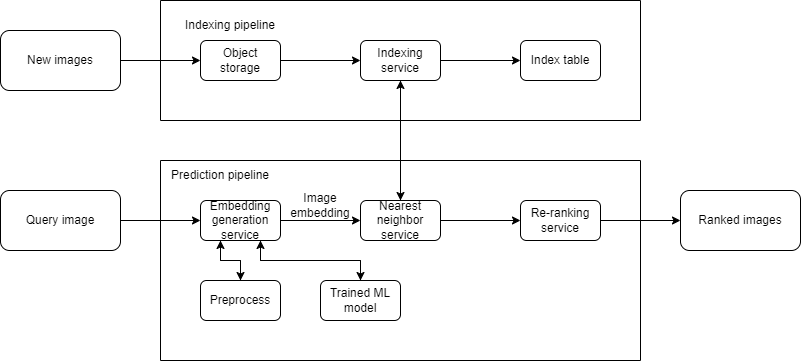
Above: machine-learning/image/machine-learning-system-design-1/visual-search-system-1.png in riehseun/riehseun.github.io (draw.io), before the change. Source tidied: cells renumbered, new cells last; positions are measured from the earlier drawing's top-left corner, leaving out a move shared by most shapes. Its diagram source:
```xml
<mxGraphModel>
  <root>
    <mxCell id="0" />
    <mxCell id="1" parent="0" />
    <mxCell id="2" style="swimlane;startSize=0;" parent="1" vertex="1">
      <mxGeometry x="160" width="480" height="120" as="geometry" />
    </mxCell>
    <mxCell id="3" value="Index table" style="rounded=1;whiteSpace=wrap;html=1;" parent="2" vertex="1">
      <mxGeometry x="360" y="40" width="80" height="40" as="geometry" />
    </mxCell>
    <mxCell id="4" style="edgeStyle=orthogonalEdgeStyle;rounded=0;jettySize=auto;html=1;exitX=1;exitY=0.5;exitDx=0;exitDy=0;entryX=0;entryY=0.5;entryDx=0;entryDy=0;" parent="2" edge="1" source="5" target="7">
      <mxGeometry relative="1" as="geometry" />
    </mxCell>
    <mxCell id="5" value="Object storage" style="rounded=1;whiteSpace=wrap;html=1;" parent="2" vertex="1">
      <mxGeometry x="40" y="40" width="80" height="40" as="geometry" />
    </mxCell>
    <mxCell id="6" style="edgeStyle=orthogonalEdgeStyle;rounded=0;jettySize=auto;html=1;exitX=1;exitY=0.5;exitDx=0;exitDy=0;entryX=0;entryY=0.5;entryDx=0;entryDy=0;" parent="2" edge="1" source="7" target="3">
      <mxGeometry relative="1" as="geometry" />
    </mxCell>
    <mxCell id="7" value="Indexing service" style="rounded=1;whiteSpace=wrap;html=1;" parent="2" vertex="1">
      <mxGeometry x="200" y="40" width="80" height="40" as="geometry" />
    </mxCell>
    <mxCell id="8" style="swimlane;startSize=0;" parent="1" vertex="1">
      <mxGeometry x="160" y="160" width="480" height="200" as="geometry" />
    </mxCell>
    <mxCell id="9" style="edgeStyle=orthogonalEdgeStyle;rounded=0;jettySize=auto;html=1;exitX=1;exitY=0.5;exitDx=0;exitDy=0;entryX=0;entryY=0.5;entryDx=0;entryDy=0;" parent="8" edge="1" source="12" target="14">
      <mxGeometry relative="1" as="geometry" />
    </mxCell>
    <mxCell id="10" style="edgeStyle=orthogonalEdgeStyle;rounded=0;jettySize=auto;html=1;exitX=0.25;exitY=1;exitDx=0;exitDy=0;entryX=0.5;entryY=0;entryDx=0;entryDy=0;" parent="8" edge="1" source="12" target="17">
      <mxGeometry relative="1" as="geometry" />
    </mxCell>
    <mxCell id="11" style="edgeStyle=orthogonalEdgeStyle;rounded=0;jettySize=auto;html=1;exitX=0.75;exitY=1;exitDx=0;exitDy=0;entryX=0.5;entryY=0;entryDx=0;entryDy=0;" parent="8" edge="1" source="12" target="19">
      <mxGeometry relative="1" as="geometry" />
    </mxCell>
    <mxCell id="12" value="Embedding generation service" style="rounded=1;whiteSpace=wrap;html=1;" parent="8" vertex="1">
      <mxGeometry x="40" y="40" width="80" height="40" as="geometry" />
    </mxCell>
    <mxCell id="13" style="edgeStyle=orthogonalEdgeStyle;rounded=0;jettySize=auto;html=1;exitX=1;exitY=0.5;exitDx=0;exitDy=0;entryX=0;entryY=0.5;entryDx=0;entryDy=0;" parent="8" edge="1" source="14" target="15">
      <mxGeometry relative="1" as="geometry" />
    </mxCell>
    <mxCell id="14" value="Nearest neighbor service" style="rounded=1;whiteSpace=wrap;html=1;" parent="8" vertex="1">
      <mxGeometry x="200" y="40" width="80" height="40" as="geometry" />
    </mxCell>
    <mxCell id="15" value="Re-ranking service" style="rounded=1;whiteSpace=wrap;html=1;" parent="8" vertex="1">
      <mxGeometry x="360" y="40" width="80" height="40" as="geometry" />
    </mxCell>
    <mxCell id="16" style="edgeStyle=orthogonalEdgeStyle;rounded=0;jettySize=auto;html=1;exitX=0.5;exitY=0;exitDx=0;exitDy=0;entryX=0.25;entryY=1;entryDx=0;entryDy=0;" parent="8" edge="1" source="17" target="12">
      <mxGeometry relative="1" as="geometry" />
    </mxCell>
    <mxCell id="17" value="Preprocess" style="rounded=1;whiteSpace=wrap;html=1;" parent="8" vertex="1">
      <mxGeometry x="40" y="120" width="80" height="40" as="geometry" />
    </mxCell>
    <mxCell id="18" style="edgeStyle=orthogonalEdgeStyle;rounded=0;jettySize=auto;html=1;exitX=0.5;exitY=0;exitDx=0;exitDy=0;entryX=0.75;entryY=1;entryDx=0;entryDy=0;" parent="8" edge="1" source="19" target="12">
      <mxGeometry relative="1" as="geometry" />
    </mxCell>
    <mxCell id="19" value="Trained ML model" style="rounded=1;whiteSpace=wrap;html=1;" parent="8" vertex="1">
      <mxGeometry x="160" y="120" width="80" height="40" as="geometry" />
    </mxCell>
    <mxCell id="20" value="Prediction pipeline" style="text;html=1;strokeColor=none;fillColor=none;align=center;verticalAlign=middle;whiteSpace=wrap;rounded=0;" parent="8" vertex="1">
      <mxGeometry width="120" height="30" as="geometry" />
    </mxCell>
    <mxCell id="21" value="Image embedding" style="text;html=1;strokeColor=none;fillColor=none;align=center;verticalAlign=middle;whiteSpace=wrap;rounded=0;" parent="8" vertex="1">
      <mxGeometry x="120" y="30" width="80" height="30" as="geometry" />
    </mxCell>
    <mxCell id="22" style="edgeStyle=orthogonalEdgeStyle;rounded=0;jettySize=auto;html=1;exitX=0.5;exitY=1;exitDx=0;exitDy=0;entryX=0.5;entryY=0;entryDx=0;entryDy=0;" parent="1" edge="1" source="7" target="14">
      <mxGeometry relative="1" as="geometry" />
    </mxCell>
    <mxCell id="23" style="edgeStyle=orthogonalEdgeStyle;rounded=0;jettySize=auto;html=1;exitX=0.5;exitY=0;exitDx=0;exitDy=0;entryX=0.5;entryY=1;entryDx=0;entryDy=0;" parent="1" edge="1" source="14" target="7">
      <mxGeometry relative="1" as="geometry" />
    </mxCell>
    <mxCell id="24" value="Indexing pipeline" style="text;html=1;strokeColor=none;fillColor=none;align=center;verticalAlign=middle;whiteSpace=wrap;rounded=0;" parent="1" vertex="1">
      <mxGeometry x="170" y="10" width="120" height="30" as="geometry" />
    </mxCell>
    <mxCell id="25" style="edgeStyle=orthogonalEdgeStyle;rounded=0;jettySize=auto;html=1;exitX=1;exitY=0.5;exitDx=0;exitDy=0;entryX=0;entryY=0.5;entryDx=0;entryDy=0;" parent="1" edge="1" source="26" target="5">
      <mxGeometry relative="1" as="geometry" />
    </mxCell>
    <mxCell id="26" value="New images" style="rounded=1;whiteSpace=wrap;html=1;" parent="1" vertex="1">
      <mxGeometry y="30" width="120" height="60" as="geometry" />
    </mxCell>
    <mxCell id="27" style="edgeStyle=orthogonalEdgeStyle;rounded=0;jettySize=auto;html=1;exitX=1;exitY=0.5;exitDx=0;exitDy=0;entryX=0;entryY=0.5;entryDx=0;entryDy=0;" parent="1" edge="1" source="28" target="12">
      <mxGeometry relative="1" as="geometry" />
    </mxCell>
    <mxCell id="28" value="Query image" style="rounded=1;whiteSpace=wrap;html=1;" parent="1" vertex="1">
      <mxGeometry y="190" width="120" height="60" as="geometry" />
    </mxCell>
    <mxCell id="29" value="Ranked images" style="rounded=1;whiteSpace=wrap;html=1;" parent="1" vertex="1">
      <mxGeometry x="680" y="190" width="120" height="60" as="geometry" />
    </mxCell>
    <mxCell id="30" style="edgeStyle=orthogonalEdgeStyle;rounded=0;jettySize=auto;html=1;exitX=1;exitY=0.5;exitDx=0;exitDy=0;entryX=0;entryY=0.5;entryDx=0;entryDy=0;" parent="1" edge="1" source="15" target="29">
      <mxGeometry relative="1" as="geometry" />
    </mxCell>
  </root>
</mxGraphModel>
```
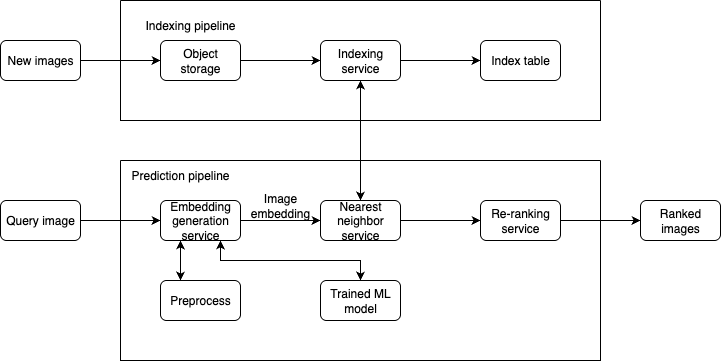
Later version of the same file.

The edit, as a diff of the source:
```diff
@@ -26,12 +26,12 @@
     <mxCell id="9" style="edgeStyle=orthogonalEdgeStyle;rounded=0;jettySize=auto;html=1;exitX=1;exitY=0.5;exitDx=0;exitDy=0;entryX=0;entryY=0.5;entryDx=0;entryDy=0;" parent="8" edge="1" source="12" target="14">
       <mxGeometry relative="1" as="geometry" />
     </mxCell>
+    <mxCell id="11" style="edgeStyle=orthogonalEdgeStyle;rounded=0;jettySize=auto;html=1;exitX=0.75;exitY=1;exitDx=0;exitDy=0;entryX=0.5;entryY=0;entryDx=0;entryDy=0;" parent="8" edge="1" source="12" target="19">
+      <mxGeometry relative="1" as="geometry" />
+    </mxCell>
-    <mxCell id="10" style="edgeStyle=orthogonalEdgeStyle;rounded=0;jettySize=auto;html=1;exitX=0.25;exitY=1;exitDx=0;exitDy=0;entryX=0.5;entryY=0;entryDx=0;entryDy=0;" parent="8" edge="1" source="12" target="17">
+    <mxCell id="10" style="edgeStyle=orthogonalEdgeStyle;rounded=0;jettySize=auto;html=1;exitX=0.25;exitY=1;exitDx=0;exitDy=0;entryX=0.25;entryY=0;entryDx=0;entryDy=0;" parent="8" edge="1" source="12" target="17">
       <mxGeometry relative="1" as="geometry" />
     </mxCell>
-    <mxCell id="11" style="edgeStyle=orthogonalEdgeStyle;rounded=0;jettySize=auto;html=1;exitX=0.75;exitY=1;exitDx=0;exitDy=0;entryX=0.5;entryY=0;entryDx=0;entryDy=0;" parent="8" edge="1" source="12" target="19">
-      <mxGeometry relative="1" as="geometry" />
-    </mxCell>
     <mxCell id="12" value="Embedding generation service" style="rounded=1;whiteSpace=wrap;html=1;" parent="8" vertex="1">
       <mxGeometry x="40" y="40" width="80" height="40" as="geometry" />
     </mxCell>
@@ -44,7 +44,7 @@
     <mxCell id="15" value="Re-ranking service" style="rounded=1;whiteSpace=wrap;html=1;" parent="8" vertex="1">
       <mxGeometry x="360" y="40" width="80" height="40" as="geometry" />
     </mxCell>
-    <mxCell id="16" style="edgeStyle=orthogonalEdgeStyle;rounded=0;jettySize=auto;html=1;exitX=0.5;exitY=0;exitDx=0;exitDy=0;entryX=0.25;entryY=1;entryDx=0;entryDy=0;" parent="8" edge="1" source="17" target="12">
+    <mxCell id="16" style="edgeStyle=orthogonalEdgeStyle;rounded=0;jettySize=auto;html=1;exitX=0.25;exitY=0;exitDx=0;exitDy=0;entryX=0.25;entryY=1;entryDx=0;entryDy=0;" parent="8" edge="1" source="17" target="12">
       <mxGeometry relative="1" as="geometry" />
     </mxCell>
     <mxCell id="17" value="Preprocess" style="rounded=1;whiteSpace=wrap;html=1;" parent="8" vertex="1">
@@ -54,7 +54,7 @@
       <mxGeometry relative="1" as="geometry" />
     </mxCell>
     <mxCell id="19" value="Trained ML model" style="rounded=1;whiteSpace=wrap;html=1;" parent="8" vertex="1">
-      <mxGeometry x="160" y="120" width="80" height="40" as="geometry" />
+      <mxGeometry x="200" y="120" width="80" height="40" as="geometry" />
     </mxCell>
     <mxCell id="20" value="Prediction pipeline" style="text;html=1;strokeColor=none;fillColor=none;align=center;verticalAlign=middle;whiteSpace=wrap;rounded=0;" parent="8" vertex="1">
       <mxGeometry width="120" height="30" as="geometry" />
@@ -75,16 +75,16 @@
       <mxGeometry relative="1" as="geometry" />
     </mxCell>
     <mxCell id="26" value="New images" style="rounded=1;whiteSpace=wrap;html=1;" parent="1" vertex="1">
-      <mxGeometry y="30" width="120" height="60" as="geometry" />
+      <mxGeometry x="40" y="40" width="80" height="40" as="geometry" />
     </mxCell>
     <mxCell id="27" style="edgeStyle=orthogonalEdgeStyle;rounded=0;jettySize=auto;html=1;exitX=1;exitY=0.5;exitDx=0;exitDy=0;entryX=0;entryY=0.5;entryDx=0;entryDy=0;" parent="1" edge="1" source="28" target="12">
       <mxGeometry relative="1" as="geometry" />
     </mxCell>
     <mxCell id="28" value="Query image" style="rounded=1;whiteSpace=wrap;html=1;" parent="1" vertex="1">
-      <mxGeometry y="190" width="120" height="60" as="geometry" />
+      <mxGeometry x="40" y="200" width="80" height="40" as="geometry" />
     </mxCell>
     <mxCell id="29" value="Ranked images" style="rounded=1;whiteSpace=wrap;html=1;" parent="1" vertex="1">
-      <mxGeometry x="680" y="190" width="120" height="60" as="geometry" />
+      <mxGeometry x="680" y="200" width="80" height="40" as="geometry" />
     </mxCell>
     <mxCell id="30" style="edgeStyle=orthogonalEdgeStyle;rounded=0;jettySize=auto;html=1;exitX=1;exitY=0.5;exitDx=0;exitDy=0;entryX=0;entryY=0.5;entryDx=0;entryDy=0;" parent="1" edge="1" source="15" target="29">
       <mxGeometry relative="1" as="geometry" />
```
